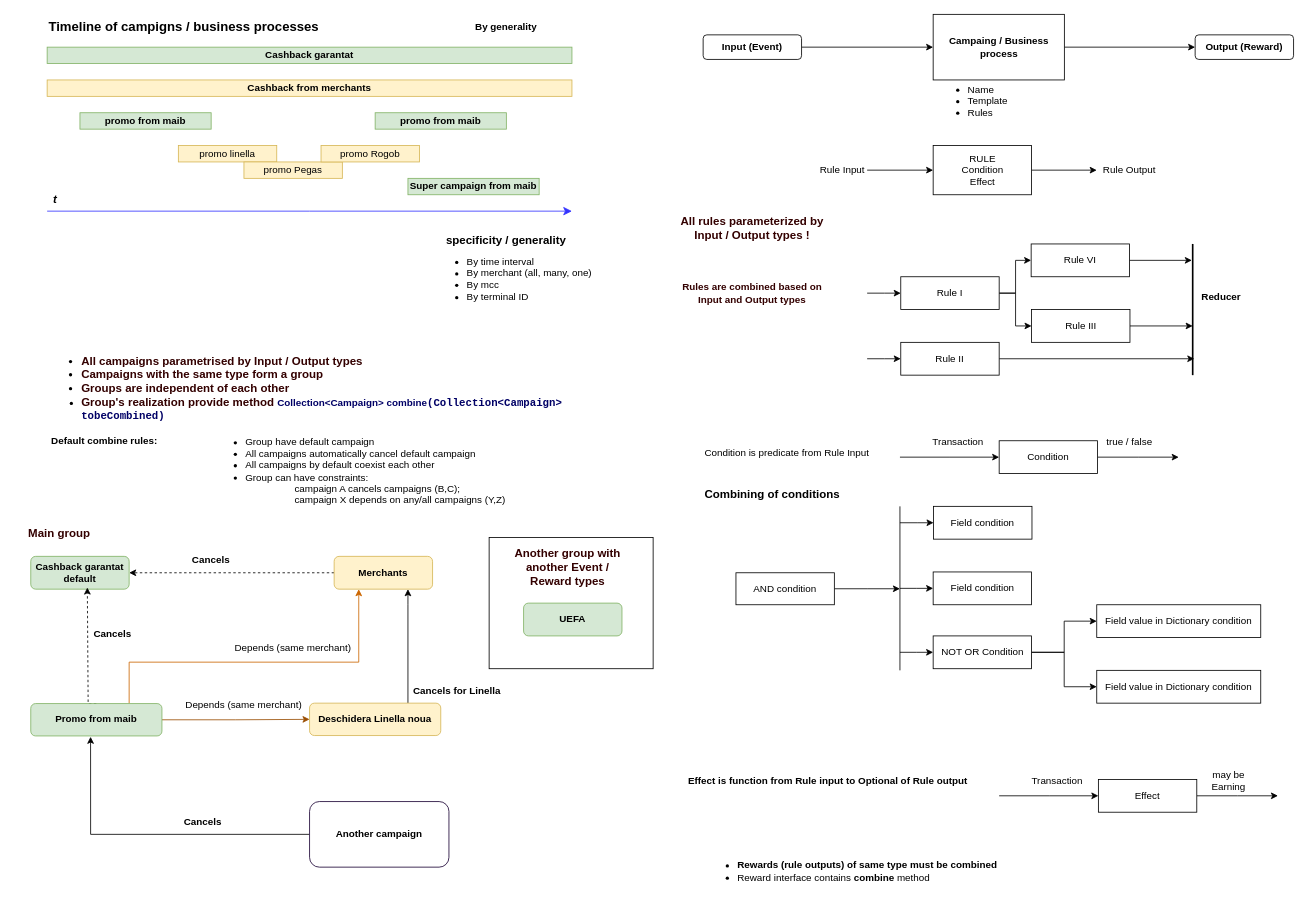
The draw.io diagram Диаграмма без названия.drawio in DemiusAcademius/diagrams, before the edit. Source tidied: cells renumbered, new cells numbered last; positions are measured from the earlier drawing's top-left corner, leaving out a move shared by most shapes. Both pictures are drawn from the tidied source at 82%, with x=0, y=0 at pixel (14, 14).
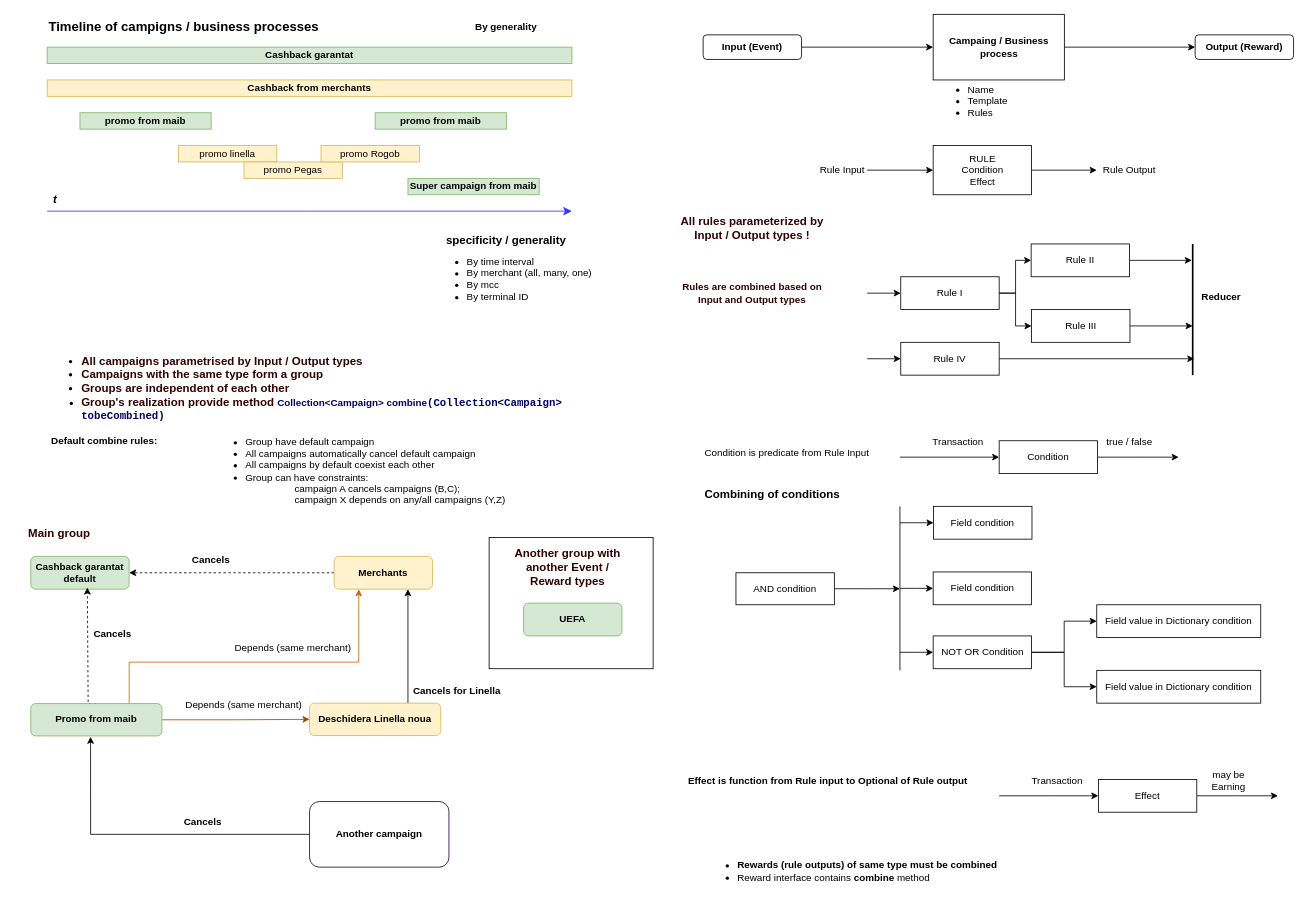
Above is the later version.

Diff of the diagram source:
```diff
@@
-    <mxCell id="56" value="Rule II" style="rounded=0;whiteSpace=wrap;html=1;" parent="1" vertex="1">
+    <mxCell id="56" value="Rule IV" style="rounded=0;whiteSpace=wrap;html=1;" parent="1" vertex="1">
       <mxGeometry x="1081" y="400" width="120" height="40" as="geometry" />
     </mxCell>
@@
-    <mxCell id="60" value="Rule VI" style="rounded=0;whiteSpace=wrap;html=1;" parent="1" vertex="1">
+    <mxCell id="60" value="Rule II" style="rounded=0;whiteSpace=wrap;html=1;" parent="1" vertex="1">
       <mxGeometry x="1240" y="280" width="120" height="40" as="geometry" />
     </mxCell>
```
